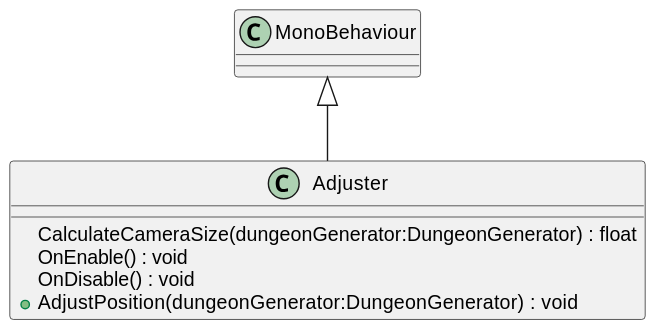
The PlantUML diagram UML/Assets/Scripts/Adjuster.svg in mysteryfungus/DungeonGeneratorUnity, before a commit. Its diagram source:
```plantuml
@startuml
class Adjuster {
    CalculateCameraSize(dungeonGenerator:DungeonGenerator) : float
    OnEnable() : void
    OnDisable() : void
    + AdjustPosition(dungeonGenerator:DungeonGenerator) : void
}
MonoBehaviour <|-- Adjuster
@enduml
```
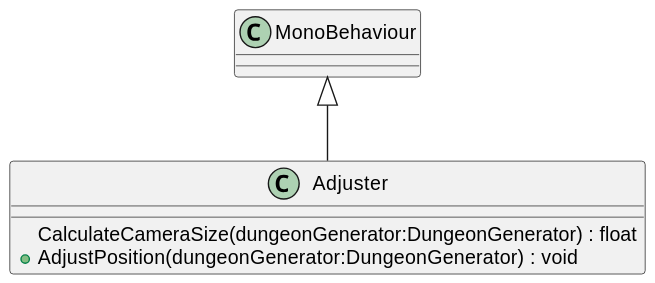
After the change.

What changed in the source:
```diff
@@ -1,8 +1,6 @@
 @startuml
 class Adjuster {
     CalculateCameraSize(dungeonGenerator:DungeonGenerator) : float
-    OnEnable() : void
-    OnDisable() : void
     + AdjustPosition(dungeonGenerator:DungeonGenerator) : void
 }
 MonoBehaviour <|-- Adjuster
```
